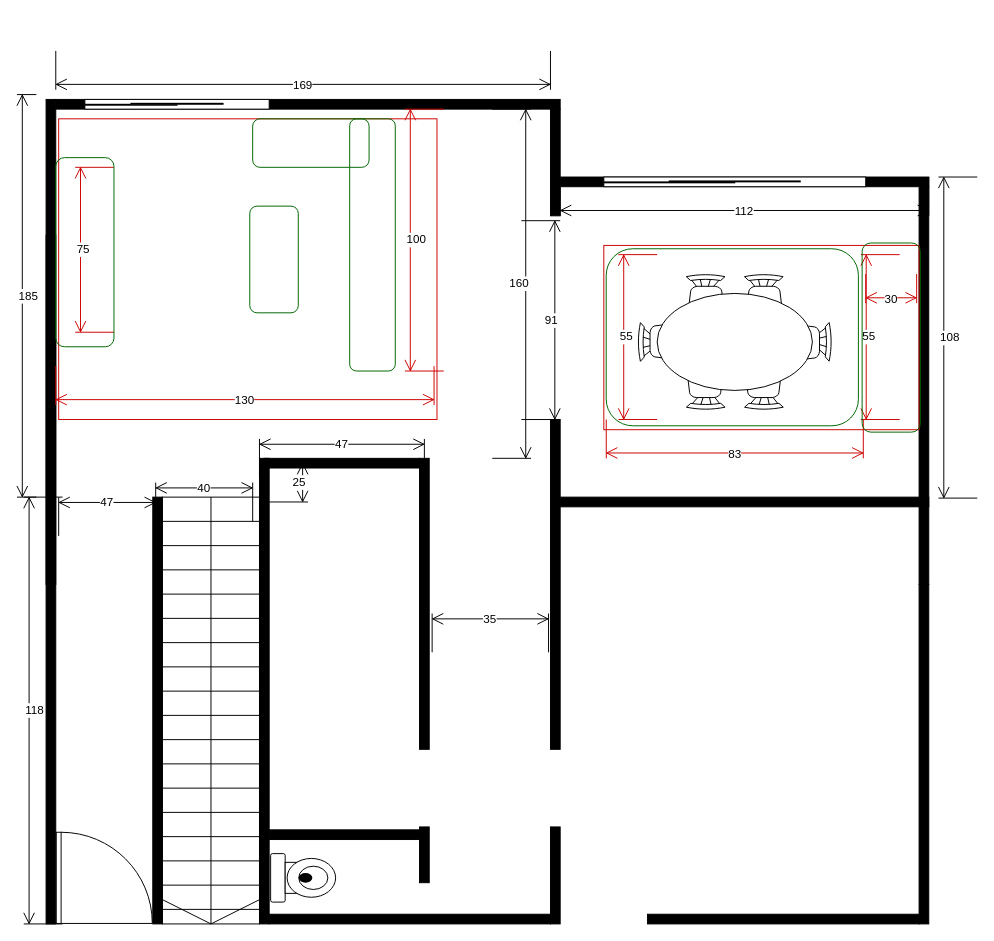
This is Untitled Diagram.drawio from jiangtao7/draw.io, a draw.io file, before an edit. Source tidied: cells renumbered, new cells numbered last; positions are measured from the earlier drawing's top-left corner, leaving out a move shared by most shapes. Both pictures are drawn from the tidied source at 97%, with x=0, y=0 at pixel (-192, 50).
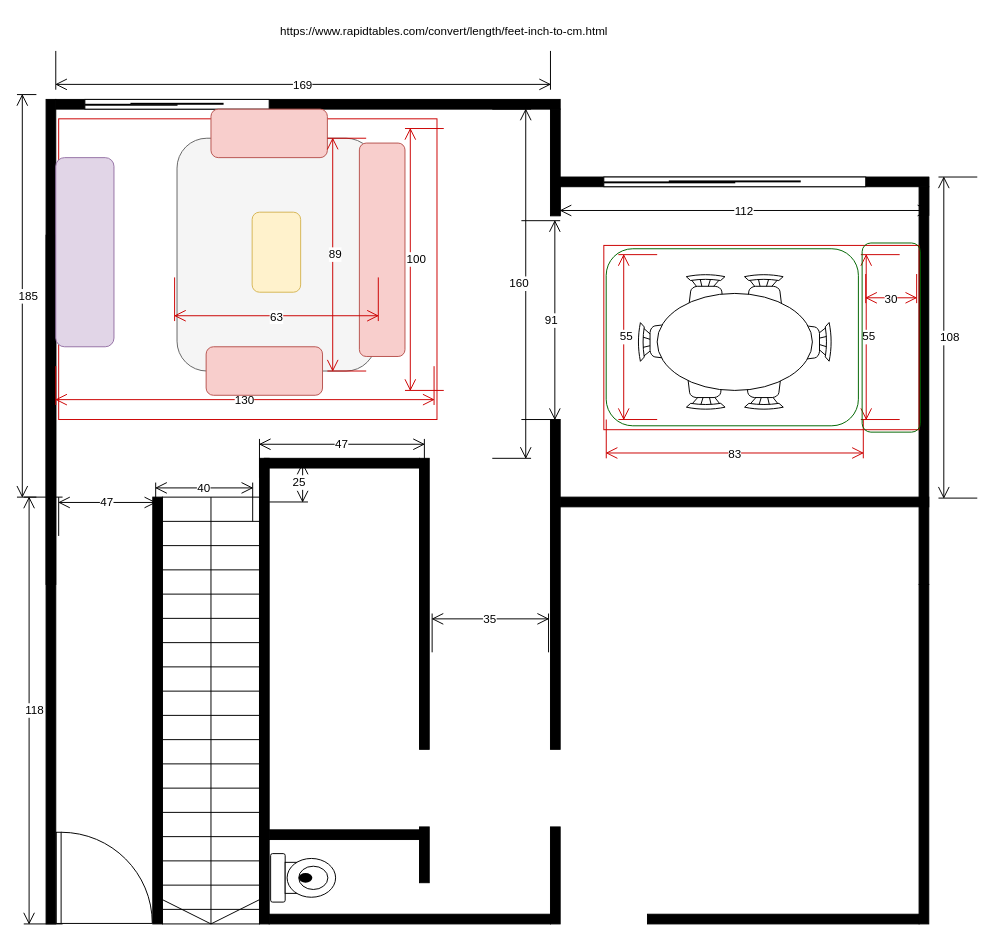
After the change.

The edit, as a diff of the source:
```diff
@@
+    <mxCell id="59" style="rounded=1;whiteSpace=wrap;html=1;fillColor=#f5f5f5;fontColor=#333333;strokeColor=#666666;" parent="1" vertex="1">
+      <mxGeometry x="380" y="90" width="205" height="240" as="geometry" />
+    </mxCell>
@@
     <mxCell id="46" value="100" style="shape=dimension;direction=south;whiteSpace=wrap;html=1;align=left;verticalAlign=middle;labelBackgroundColor=#ffffff;strokeColor=#CC0000;fillColor=none;" parent="1" vertex="1">
-      <mxGeometry x="615" y="60" width="40" height="270" as="geometry" />
+      <mxGeometry x="615" y="80" width="40" height="270" as="geometry" />
     </mxCell>
@@
-    <mxCell id="53" style="rounded=1;whiteSpace=wrap;html=1;strokeColor=#006600;fillColor=none;" parent="1" vertex="1">
-      <mxGeometry x="458" y="70" width="120" height="50" as="geometry" />
+    <mxCell id="53" style="rounded=1;whiteSpace=wrap;html=1;strokeColor=#b85450;fillColor=#f8cecc;" parent="1" vertex="1">
+      <mxGeometry x="415" y="60" width="120" height="50" as="geometry" />
     </mxCell>
-    <mxCell id="54" style="rounded=1;whiteSpace=wrap;html=1;strokeColor=#006600;fillColor=none;" parent="1" vertex="1">
-      <mxGeometry x="558" y="70" width="47" height="260" as="geometry" />
+    <mxCell id="54" style="rounded=1;whiteSpace=wrap;html=1;strokeColor=#b85450;fillColor=#f8cecc;" parent="1" vertex="1">
+      <mxGeometry x="568" y="95" width="47" height="220" as="geometry" />
     </mxCell>
-    <mxCell id="55" style="rounded=1;whiteSpace=wrap;html=1;strokeColor=#006600;fillColor=none;rotation=-90;" parent="1" vertex="1">
-      <mxGeometry x="425" y="190" width="110" height="50" as="geometry" />
+    <mxCell id="55" style="rounded=1;whiteSpace=wrap;html=1;strokeColor=#d6b656;fillColor=#fff2cc;rotation=-90;" parent="1" vertex="1">
+      <mxGeometry x="441.2" y="182.5" width="82.5" height="50" as="geometry" />
     </mxCell>
-    <mxCell id="56" style="rounded=1;whiteSpace=wrap;html=1;strokeColor=#006600;fillColor=none;rotation=-90;" parent="1" vertex="1">
+    <mxCell id="56" style="rounded=1;whiteSpace=wrap;html=1;strokeColor=#9673a6;fillColor=#e1d5e7;rotation=-90;" parent="1" vertex="1">
       <mxGeometry x="187.5" y="177.5" width="195" height="60" as="geometry" />
     </mxCell>
@@
+    <mxCell id="60" value="https://www.rapidtables.com/convert/length/feet-inch-to-cm.html" style="text;html=1;align=center;verticalAlign=middle;strokeColor=none;fillColor=none;" parent="1" vertex="1">
+      <mxGeometry x="475" y="-35" width="360" height="30" as="geometry" />
+    </mxCell>
+    <mxCell id="61" style="rounded=1;whiteSpace=wrap;html=1;strokeColor=#b85450;fillColor=#f8cecc;" parent="1" vertex="1">
+      <mxGeometry x="410" y="305" width="120" height="50" as="geometry" />
+    </mxCell>
+    <mxCell id="62" value="89" style="shape=dimension;direction=south;whiteSpace=wrap;html=1;align=left;verticalAlign=middle;labelBackgroundColor=#ffffff;strokeColor=#CC0000;fillColor=none;" parent="1" vertex="1">
+      <mxGeometry x="535" y="90" width="40" height="240" as="geometry" />
+    </mxCell>
+    <mxCell id="63" value="63" style="shape=dimension;whiteSpace=wrap;html=1;align=center;verticalAlign=bottom;spacingBottom=-5;labelBackgroundColor=#ffffff;strokeColor=#CC0000;fillColor=none;" parent="1" vertex="1">
+      <mxGeometry x="377.5" y="233.5" width="210" height="45" as="geometry" />
+    </mxCell>
```
